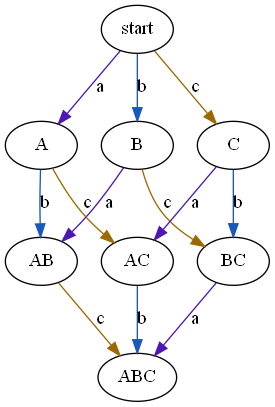
Earlier version of the Graphviz export examples/BTI SP WF/SP WF generated BTI and CPI.dot.png (WilliamArnone/Tallulah). Its source is kept beside it as examples/BTI SP WF/SP WF generated BTI and CPI.dot.
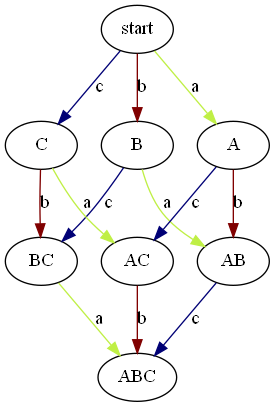
Later version of the same file.

The edit, as a diff of the source:
```diff
@@ -1,40 +1,40 @@
 digraph G {
-	"start" -> "B" [label="b", color="#1A57BE"]
-	"start" -> "A" [label="a", color="#4D17B6"]
-	"start" -> "C" [label="c", color="#9B6904"]
-	"AC" -> "ABC" [label="b", color="#1A57BE"]
-	"B" -> "AB" [label="a", color="#4D17B6"]
-	"B" -> "BC" [label="c", color="#9B6904"]
-	"AB" -> "ABC" [label="c", color="#9B6904"]
-	"A" -> "AC" [label="c", color="#9B6904"]
-	"A" -> "AB" [label="b", color="#1A57BE"]
-	"BC" -> "ABC" [label="a", color="#4D17B6"]
-	"C" -> "AC" [label="a", color="#4D17B6"]
-	"C" -> "BC" [label="b", color="#1A57BE"]
+	"AC" -> "ABC" [label="b", color="#800000"]
+	"BC" -> "ABC" [label="a", color="#bfef45"]
+	"start" -> "B" [label="b", color="#800000"]
+	"start" -> "C" [label="c", color="#000075"]
+	"start" -> "A" [label="a", color="#bfef45"]
+	"AB" -> "ABC" [label="c", color="#000075"]
+	"B" -> "BC" [label="c", color="#000075"]
+	"B" -> "AB" [label="a", color="#bfef45"]
+	"C" -> "AC" [label="a", color="#bfef45"]
+	"C" -> "BC" [label="b", color="#800000"]
+	"A" -> "AC" [label="c", color="#000075"]
+	"A" -> "AB" [label="b", color="#800000"]
 }
  /*
+	> C -b-> BC / < C -c-> start
+	< AB -a-> B / < AB -b-> A
+	< BC -c-> B / < BC -b-> C
+	> BC -a-> ABC / < BC -b-> C
+	> AC -b-> ABC / < AC -a-> C
+	> A -c-> AC / < A -a-> start
+	> A -b-> AB / < A -a-> start
+	> start -c-> C / > start -b-> B
+	> C -a-> AC / > C -b-> BC
 	> B -a-> AB / > B -c-> BC
-	> C -b-> BC / < C -c-> start
+	> start -a-> A / > start -c-> C
+	> B -c-> BC / < B -b-> start
+	> AB -c-> ABC / < AB -b-> A
+	> AB -c-> ABC / < AB -a-> B
+	> BC -a-> ABC / < BC -c-> B
+	< AC -a-> C / < AC -c-> A
+	> start -a-> A / > start -b-> B
+	< ABC -b-> AC / < ABC -c-> AB
+	< ABC -a-> BC / < ABC -c-> AB
+	> A -c-> AC / > A -b-> AB
+	> B -a-> AB / < B -b-> start
+	> C -a-> AC / < C -c-> start
 	> AC -b-> ABC / < AC -c-> A
-	< AB -a-> B / < AB -b-> A
-	> B -a-> AB / < B -b-> start
-	> start -c-> C / > start -b-> B
-	> BC -a-> ABC / < BC -c-> B
-	> C -b-> BC / > C -a-> AC
-	< ABC -a-> BC / < ABC -c-> AB
-	> A -c-> AC / < A -a-> start
-	< AC -a-> C / < AC -c-> A
-	> AC -b-> ABC / < AC -a-> C
-	> start -a-> A / > start -b-> B
-	> BC -a-> ABC / < BC -b-> C
-	< ABC -b-> AC / < ABC -c-> AB
-	< BC -c-> B / < BC -b-> C
-	> A -b-> AB / < A -a-> start
-	> AB -c-> ABC / < AB -b-> A
-	> A -b-> AB / > A -c-> AC
 	< ABC -a-> BC / < ABC -b-> AC
-	> C -a-> AC / < C -c-> start
-	> B -c-> BC / < B -b-> start
-	> AB -c-> ABC / < AB -a-> B
-	> start -a-> A / > start -c-> C
 */
```
